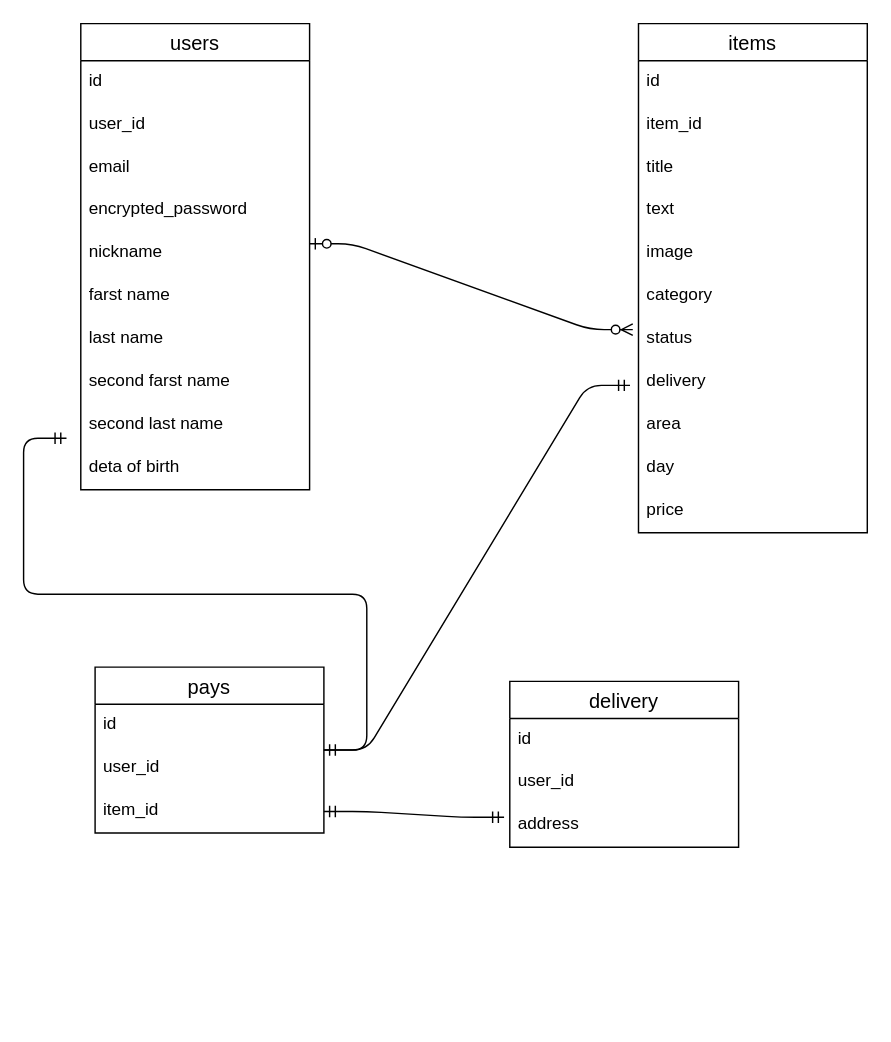
akiraOOyuu/furima-39146 keeps this draw.io diagram as er.dio. Above is the earlier version. Source tidied: cells renumbered, new cells numbered last; positions are measured from the earlier drawing's top-left corner, leaving out a move shared by most shapes. Both pictures are drawn from the tidied source at 143%, with x=0, y=0 at pixel (66, 23).
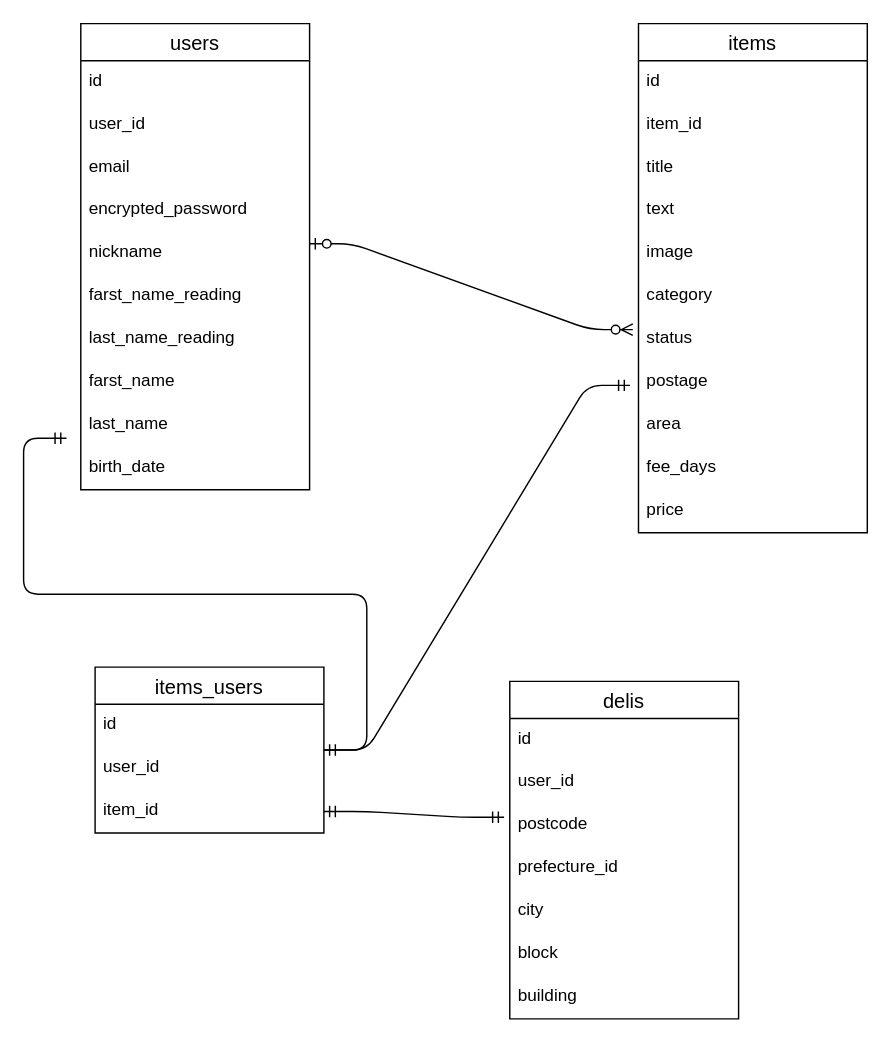
Above is the later version.

Unchanged cells that the change refers to:
```xml
<mxCell id="2" value="users" style="swimlane;fontStyle=0;horizontal=1;startSize=26;align=center;fontSize=14;" parent="1" vertex="1">
  <mxGeometry x="10" width="160" height="326" as="geometry" />
</mxCell>
<mxCell id="13" value="items" style="swimlane;fontStyle=0;horizontal=1;startSize=26;align=center;fontSize=14;" parent="1" vertex="1">
  <mxGeometry x="400" width="160" height="356" as="geometry" />
</mxCell>
```

Diff of the diagram source:
```diff
@@
-    <mxCell id="8" value="farst name" style="text;strokeColor=none;fillColor=none;spacingLeft=4;spacingRight=4;overflow=hidden;fontSize=12;" parent="2" vertex="1">
+    <mxCell id="8" value="farst_name_reading" style="text;strokeColor=none;fillColor=none;spacingLeft=4;spacingRight=4;overflow=hidden;fontSize=12;" parent="2" vertex="1">
       <mxGeometry y="176" width="160" height="30" as="geometry" />
     </mxCell>
-    <mxCell id="9" value="last name" style="text;strokeColor=none;fillColor=none;spacingLeft=4;spacingRight=4;overflow=hidden;fontSize=12;" parent="2" vertex="1">
+    <mxCell id="9" value="last_name_reading" style="text;strokeColor=none;fillColor=none;spacingLeft=4;spacingRight=4;overflow=hidden;fontSize=12;" parent="2" vertex="1">
       <mxGeometry y="206" width="160" height="30" as="geometry" />
     </mxCell>
-    <mxCell id="10" value="second farst name" style="text;strokeColor=none;fillColor=none;spacingLeft=4;spacingRight=4;overflow=hidden;fontSize=12;" parent="2" vertex="1">
+    <mxCell id="10" value="farst_name" style="text;strokeColor=none;fillColor=none;spacingLeft=4;spacingRight=4;overflow=hidden;fontSize=12;" parent="2" vertex="1">
       <mxGeometry y="236" width="160" height="30" as="geometry" />
     </mxCell>
-    <mxCell id="11" value="second last name" style="text;strokeColor=none;fillColor=none;spacingLeft=4;spacingRight=4;overflow=hidden;fontSize=12;" parent="2" vertex="1">
+    <mxCell id="11" value="last_name" style="text;strokeColor=none;fillColor=none;spacingLeft=4;spacingRight=4;overflow=hidden;fontSize=12;" parent="2" vertex="1">
       <mxGeometry y="266" width="160" height="30" as="geometry" />
     </mxCell>
-    <mxCell id="12" value="deta of birth" style="text;strokeColor=none;fillColor=none;spacingLeft=4;spacingRight=4;overflow=hidden;fontSize=12;" parent="2" vertex="1">
+    <mxCell id="12" value="birth_date" style="text;strokeColor=none;fillColor=none;spacingLeft=4;spacingRight=4;overflow=hidden;fontSize=12;" parent="2" vertex="1">
       <mxGeometry y="296" width="160" height="30" as="geometry" />
     </mxCell>
@@
-    <mxCell id="21" value="delivery" style="text;strokeColor=none;fillColor=none;spacingLeft=4;spacingRight=4;overflow=hidden;points=[[0,0.5],[1,0.5]];portConstraint=eastwest;fontSize=12;" parent="13" vertex="1">
+    <mxCell id="21" value="postage" style="text;strokeColor=none;fillColor=none;spacingLeft=4;spacingRight=4;overflow=hidden;points=[[0,0.5],[1,0.5]];portConstraint=eastwest;fontSize=12;" parent="13" vertex="1">
       <mxGeometry y="236" width="160" height="30" as="geometry" />
     </mxCell>
@@
-    <mxCell id="23" value="day" style="text;strokeColor=none;fillColor=none;spacingLeft=4;spacingRight=4;overflow=hidden;fontSize=12;" parent="13" vertex="1">
+    <mxCell id="23" value="fee_days" style="text;strokeColor=none;fillColor=none;spacingLeft=4;spacingRight=4;overflow=hidden;fontSize=12;" parent="13" vertex="1">
       <mxGeometry y="296" width="160" height="30" as="geometry" />
     </mxCell>
@@
-    <mxCell id="25" value="delivery" style="swimlane;fontStyle=0;horizontal=1;startSize=26;align=center;fontSize=14;" parent="1" vertex="1">
-      <mxGeometry x="310" y="460" width="160" height="116" as="geometry" />
+    <mxCell id="25" value="delis" style="swimlane;fontStyle=0;horizontal=1;startSize=26;align=center;fontSize=14;" parent="1" vertex="1">
+      <mxGeometry x="310" y="460" width="160" height="236" as="geometry" />
     </mxCell>
@@
-    <mxCell id="28" value="address" style="text;strokeColor=none;fillColor=none;spacingLeft=4;spacingRight=4;overflow=hidden;points=[[0,0.5],[1,0.5]];portConstraint=eastwest;fontSize=12;" parent="25" vertex="1">
+    <mxCell id="28" value="postcode" style="text;strokeColor=none;fillColor=none;spacingLeft=4;spacingRight=4;overflow=hidden;points=[[0,0.5],[1,0.5]];portConstraint=eastwest;fontSize=12;" parent="25" vertex="1">
       <mxGeometry y="86" width="160" height="30" as="geometry" />
     </mxCell>
+    <mxCell id="37" value="prefecture_id" style="text;strokeColor=none;fillColor=none;spacingLeft=4;spacingRight=4;overflow=hidden;fontSize=12;" parent="25" vertex="1">
+      <mxGeometry y="116" width="160" height="30" as="geometry" />
+    </mxCell>
+    <mxCell id="38" value="city" style="text;strokeColor=none;fillColor=none;spacingLeft=4;spacingRight=4;overflow=hidden;fontSize=12;" parent="25" vertex="1">
+      <mxGeometry y="146" width="160" height="30" as="geometry" />
+    </mxCell>
+    <mxCell id="39" value="block" style="text;strokeColor=none;fillColor=none;spacingLeft=4;spacingRight=4;overflow=hidden;fontSize=12;" parent="25" vertex="1">
+      <mxGeometry y="176" width="160" height="30" as="geometry" />
+    </mxCell>
+    <mxCell id="40" value="building" style="text;strokeColor=none;fillColor=none;spacingLeft=4;spacingRight=4;overflow=hidden;fontSize=12;" parent="25" vertex="1">
+      <mxGeometry y="206" width="160" height="30" as="geometry" />
+    </mxCell>
@@
-    <mxCell id="33" value="pays" style="swimlane;fontStyle=0;horizontal=1;startSize=26;align=center;fontSize=14;" parent="1" vertex="1">
+    <mxCell id="33" value="items_users" style="swimlane;fontStyle=0;horizontal=1;startSize=26;align=center;fontSize=14;" parent="1" vertex="1">
       <mxGeometry x="20" y="450" width="160" height="116" as="geometry" />
     </mxCell>
```
